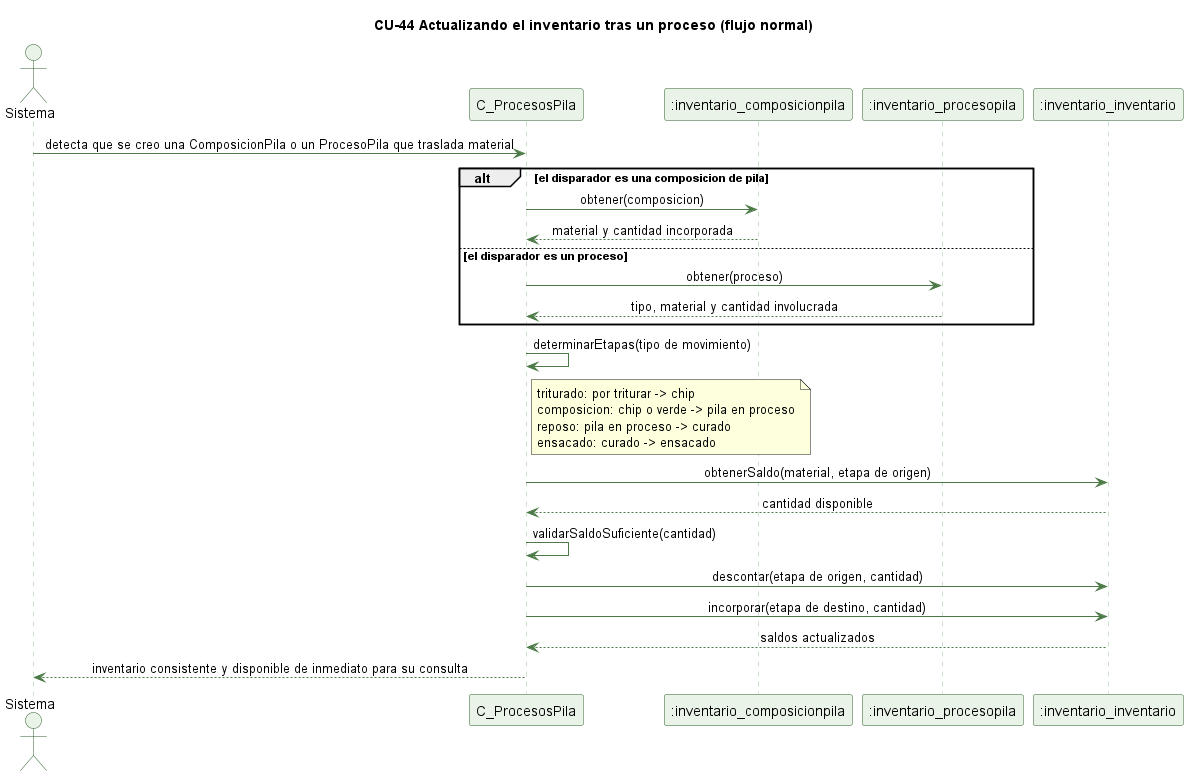
Above: docs/trabajo-grupal/diagramas/secuencias/cu44-inventario-actualizar-normal.png in kenjikaese/Triverde (PlantUML), before the change.
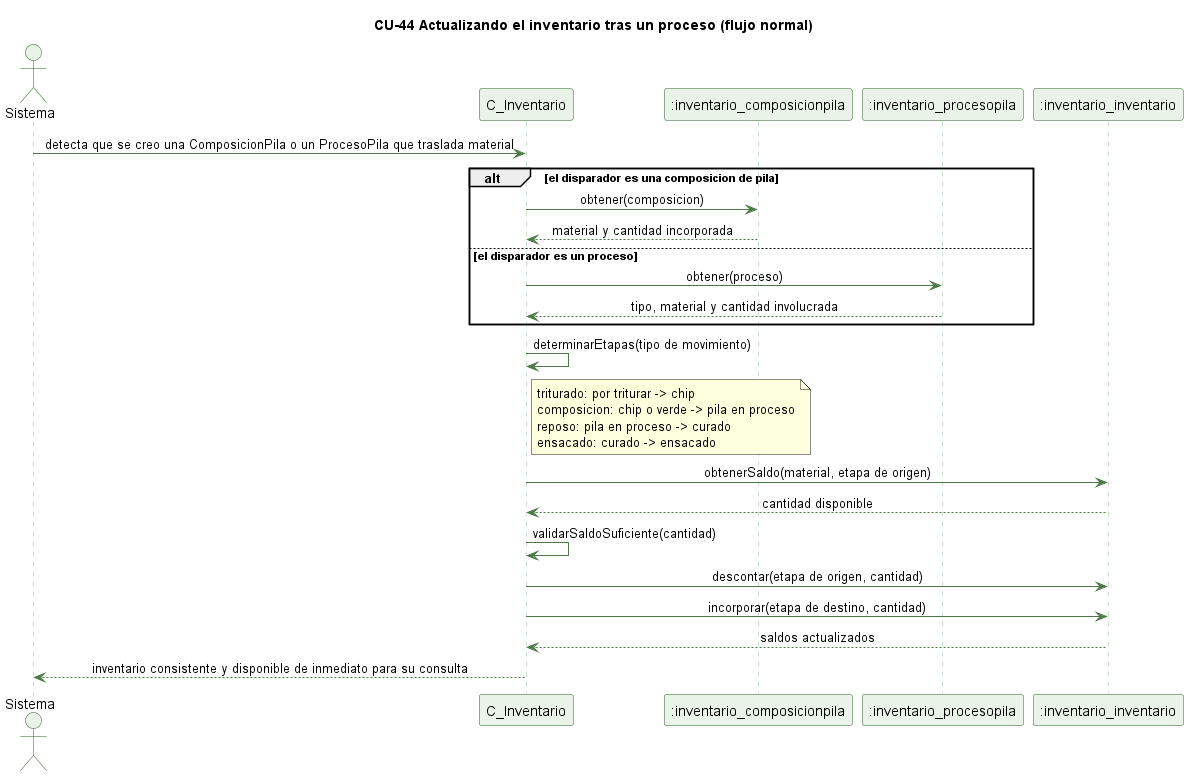
Later version of the same file.

The edit, as a diff of the source:
```diff
@@ -13,7 +13,7 @@
 title CU-44 Actualizando el inventario tras un proceso (flujo normal)
 
 actor Sistema
-participant "C_ProcesosPila" as C
+participant "C_Inventario" as C
 participant ":inventario_composicionpila" as CP
 participant ":inventario_procesopila" as PP
 participant ":inventario_inventario" as I
```
